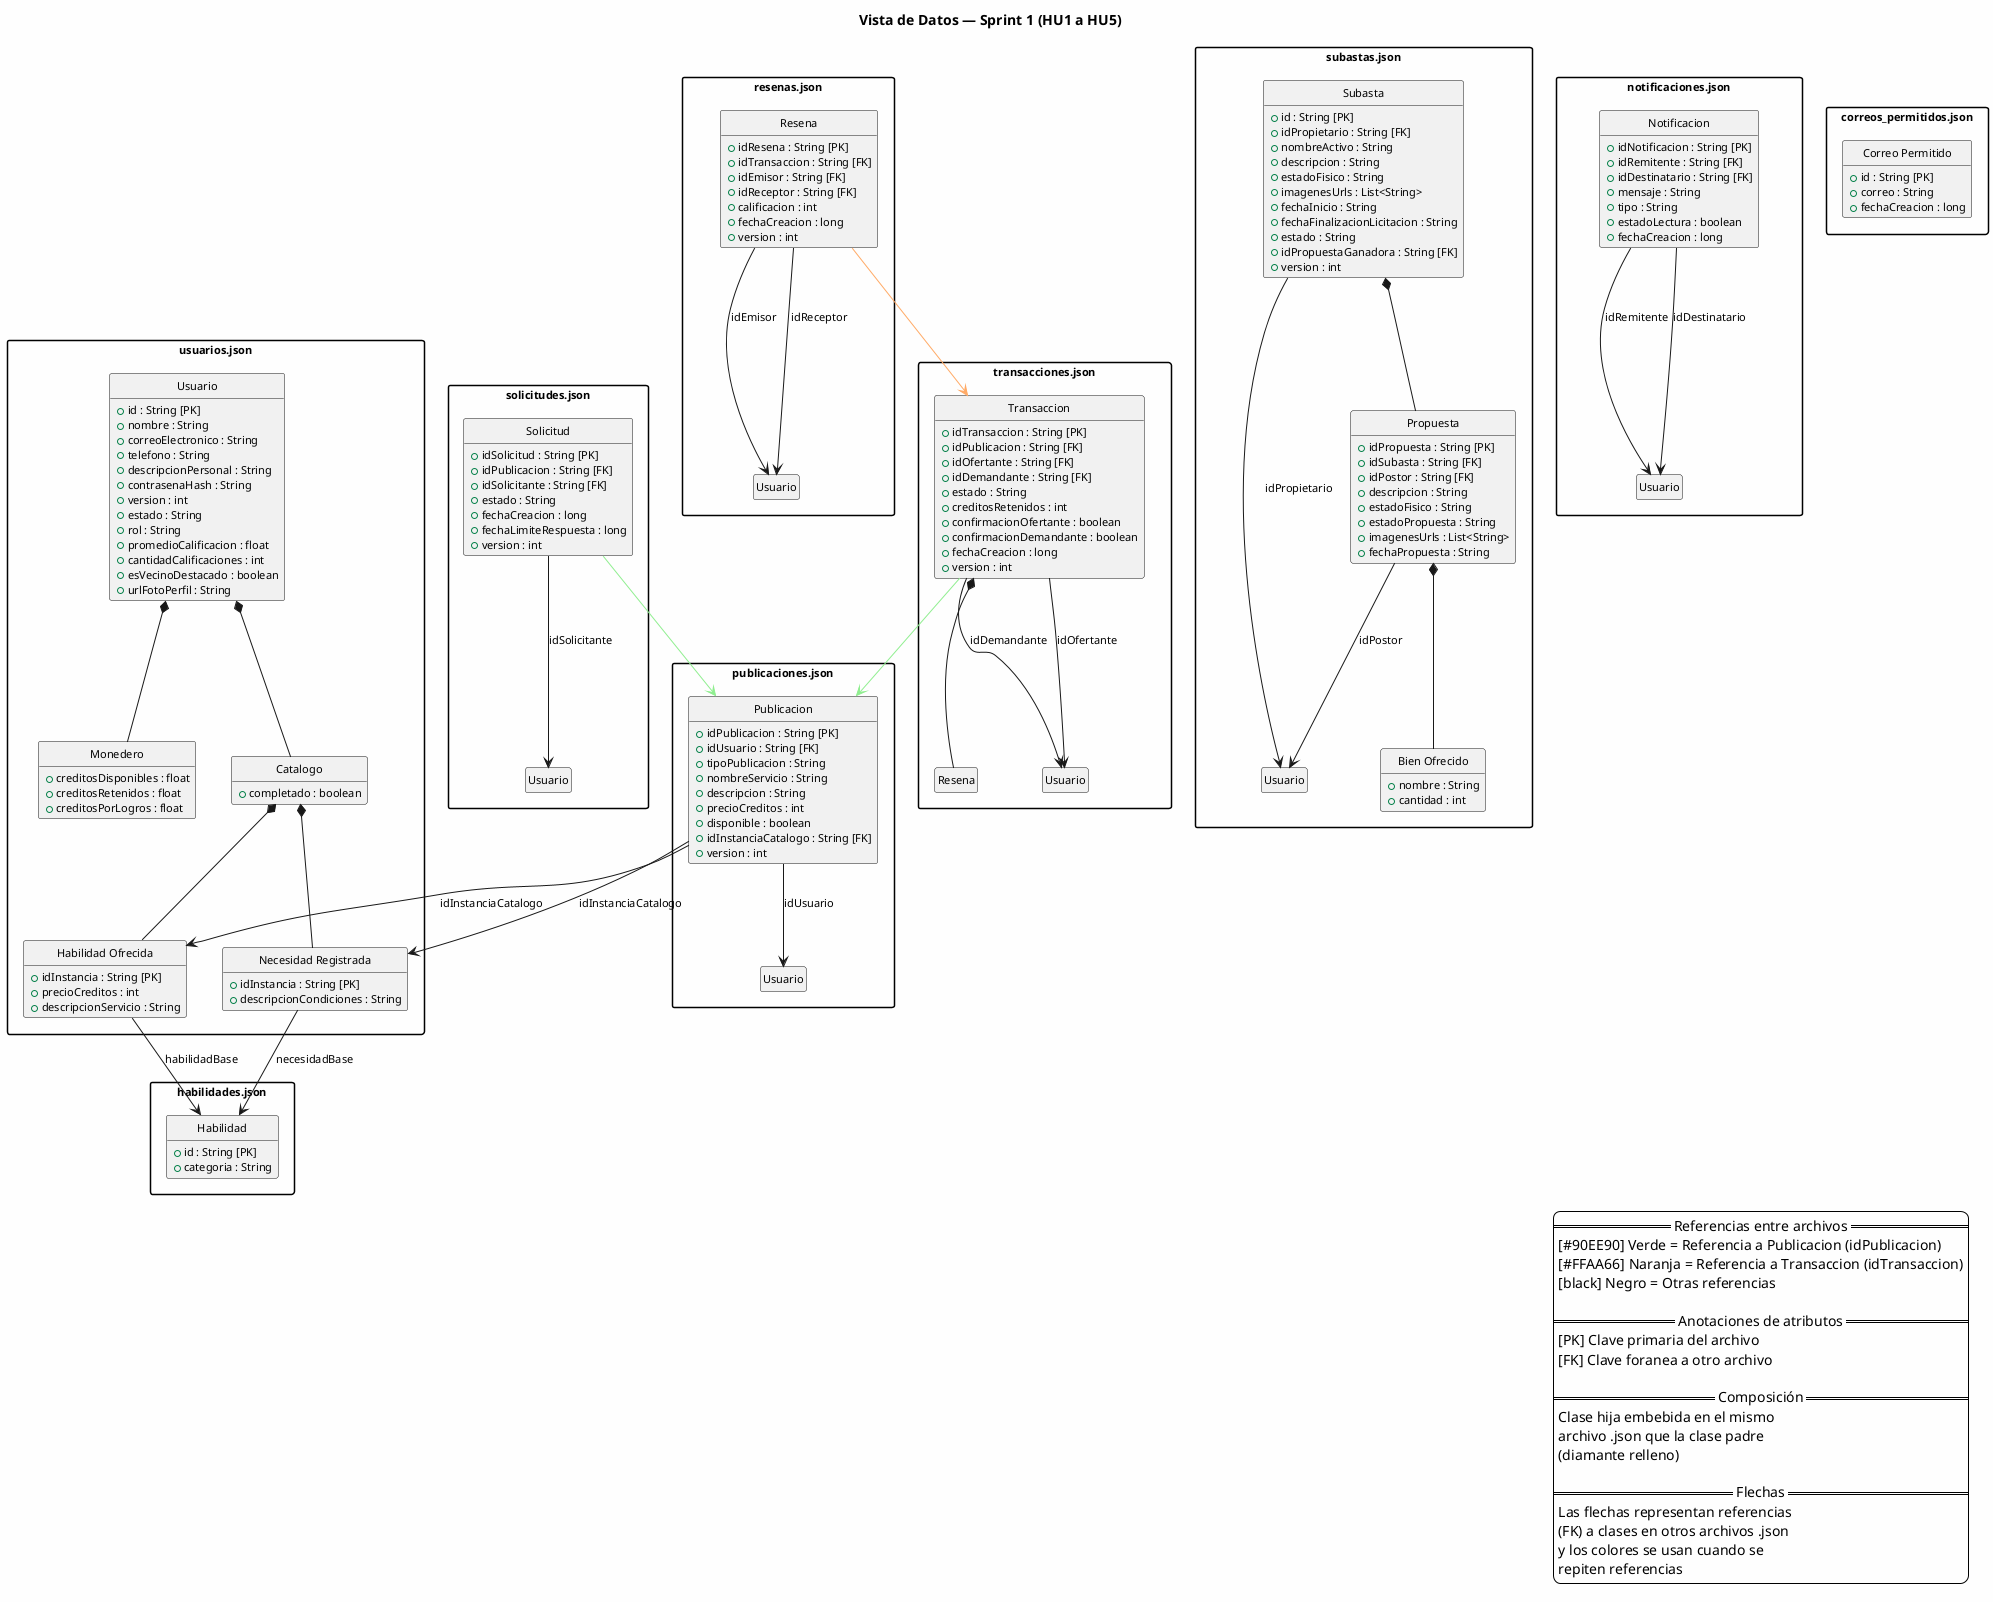
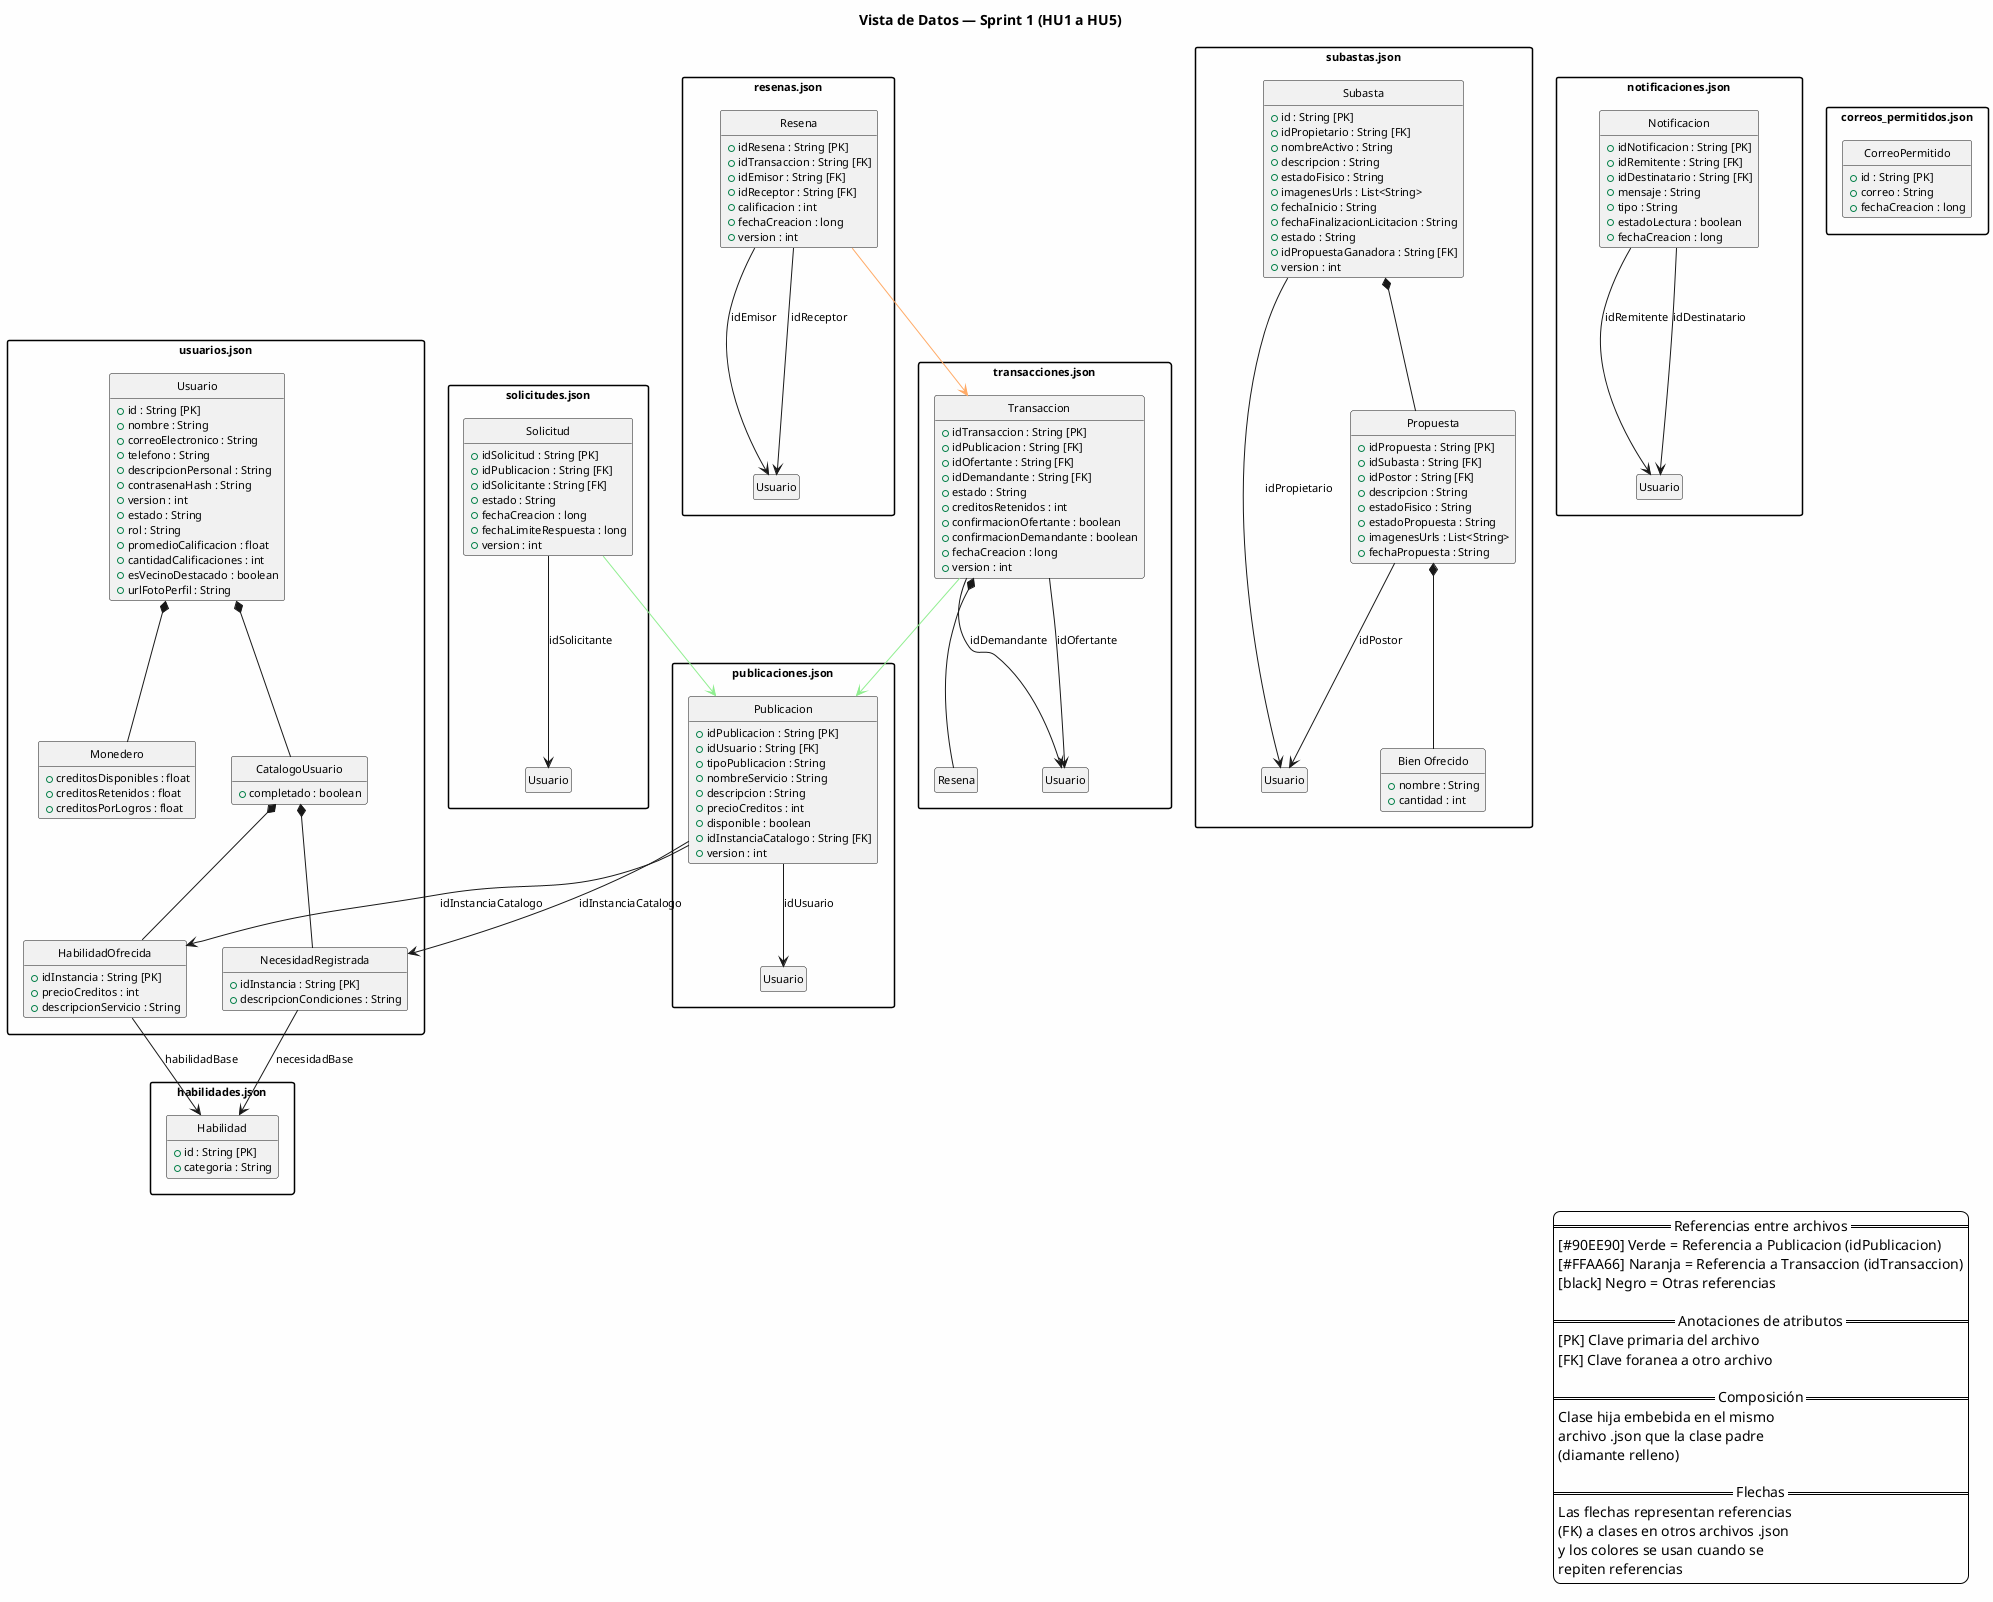
@startuml
skinparam packageStyle rectangle
skinparam backgroundColor #FEFEFE
skinparam defaultFontName Consolas
skinparam defaultFontSize 11
hide circle
hide empty members

title "Vista de Datos — Sprint 1 (HU1 a HU5)"

legend right
  == Referencias entre archivos ==
  [#90EE90] Verde = Referencia a Publicacion (idPublicacion)
  [#FFAA66] Naranja = Referencia a Transaccion (idTransaccion)
  [black] Negro = Otras referencias

  == Anotaciones de atributos ==
  [PK] Clave primaria del archivo
  [FK] Clave foranea a otro archivo

  == Composición ==
  Clase hija embebida en el mismo
  archivo .json que la clase padre
  (diamante relleno)

  == Flechas ==
  Las flechas representan referencias
  (FK) a clases en otros archivos .json
  y los colores se usan cuando se
  repiten referencias
endlegend

' ========================================================================
' ARCHIVO: usuarios.json
' ========================================================================
package "usuarios.json" as P_USUARIOS {
  class "Usuario" as USUARIO {
    + id : String [PK]
    + nombre : String
    + correoElectronico : String
    + telefono : String
    + descripcionPersonal : String
    + contrasenaHash : String
    + version : int
    + estado : String
    + rol : String
    + promedioCalificacion : float
    + cantidadCalificaciones : int
    + esVecinoDestacado : boolean
    + urlFotoPerfil : String
  }

  class "Monedero" as MONEDERO {
    + creditosDisponibles : float
    + creditosRetenidos : float
    + creditosPorLogros : float
  }

-   class "Catalogo" as CATALOGO {
+   class "CatalogoUsuario" as CATALOGO {
    + completado : boolean
  }

-   class "Habilidad Ofrecida" as HAB_OFRE {
+   class "HabilidadOfrecida" as HAB_OFRE {
    + idInstancia : String [PK]
    + precioCreditos : int
    + descripcionServicio : String
  }

-   class "Necesidad Registrada" as NEC_REG {
+   class "NecesidadRegistrada" as NEC_REG {
    + idInstancia : String [PK]
    + descripcionCondiciones : String
  }
}

' ========================================================================
' ARCHIVO: habilidades.json
' ========================================================================
package "habilidades.json" as P_HABILIDADES {
  class "Habilidad" as HABILIDAD {
    + id : String [PK]
    + categoria : String
  }
}

' ========================================================================
' ARCHIVO: publicaciones.json
' ========================================================================
package "publicaciones.json" as P_PUBLICACIONES {
  class "Usuario" as USUARIO_PUB {
  }

  class "Publicacion" as PUBLICACION {
    + idPublicacion : String [PK]
    + idUsuario : String [FK]
    + tipoPublicacion : String
    + nombreServicio : String
    + descripcion : String
    + precioCreditos : int
    + disponible : boolean
    + idInstanciaCatalogo : String [FK]
    + version : int
  }
}

' ========================================================================
' ARCHIVO: solicitudes.json
' ========================================================================
package "solicitudes.json" as P_SOLICITUDES {
  class "Usuario" as USUARIO_SOL {
  }

  class "Solicitud" as SOLICITUD {
    + idSolicitud : String [PK]
    + idPublicacion : String [FK]
    + idSolicitante : String [FK]
    + estado : String
    + fechaCreacion : long
    + fechaLimiteRespuesta : long
    + version : int
  }
}

' ========================================================================
' ARCHIVO: transacciones.json
' ========================================================================
package "transacciones.json" as P_TRANSACCIONES {
  class "Usuario" as USUARIO_TX {
  }

  class "Transaccion" as TRANSACCION {
    + idTransaccion : String [PK]
    + idPublicacion : String [FK]
    + idOfertante : String [FK]
    + idDemandante : String [FK]
    + estado : String
    + creditosRetenidos : int
    + confirmacionOfertante : boolean
    + confirmacionDemandante : boolean
    + fechaCreacion : long
    + version : int
  }

  class "Resena" as RESENA_TX {
    ' Solo nombre: atributos completos en resenas.json
  }
}

' ========================================================================
' ARCHIVO: resenas.json
' ========================================================================
package "resenas.json" as P_RESENAS {
  class "Usuario" as USUARIO_RES {
  }

  class "Resena" as RESENA {
    + idResena : String [PK]
    + idTransaccion : String [FK]
    + idEmisor : String [FK]
    + idReceptor : String [FK]
    + calificacion : int
    + fechaCreacion : long
    + version : int
  }
}

' ========================================================================
' ARCHIVO: subastas.json
' ========================================================================
package "subastas.json" as P_SUBASTAS {
  class "Usuario" as USUARIO_SUB {
  }

  class "Subasta" as SUBASTA {
    + id : String [PK]
    + idPropietario : String [FK]
    + nombreActivo : String
    + descripcion : String
    + estadoFisico : String
    + imagenesUrls : List<String>
    + fechaInicio : String
    + fechaFinalizacionLicitacion : String
    + estado : String
    + idPropuestaGanadora : String [FK]
    + version : int
  }

  class "Propuesta" as PROPUESTA {
    + idPropuesta : String [PK]
    + idSubasta : String [FK]
    + idPostor : String [FK]
    + descripcion : String
    + estadoFisico : String
    + estadoPropuesta : String
    + imagenesUrls : List<String>
    + fechaPropuesta : String
  }

  class "Bien Ofrecido" as BIEN {
    + nombre : String
    + cantidad : int
  }
}

' ========================================================================
' ARCHIVO: notificaciones.json
' ========================================================================
package "notificaciones.json" as P_NOTIF {
  class "Usuario" as USUARIO_NOT {
  }

  class "Notificacion" as NOTIFICACION {
    + idNotificacion : String [PK]
    + idRemitente : String [FK]
    + idDestinatario : String [FK]
    + mensaje : String
    + tipo : String
    + estadoLectura : boolean
    + fechaCreacion : long
  }
}

' ========================================================================
' ARCHIVO: correos_permitidos.json
' ========================================================================
package "correos_permitidos.json" as P_CORREOS {
-   class "Correo Permitido" as CORREO {
+   class "CorreoPermitido" as CORREO {
    + id : String [PK]
    + correo : String
    + fechaCreacion : long
  }
}

' ========================================================================
' RELACIONES (INTERNAS A CADA ARCHIVO)
' ========================================================================
USUARIO *-- MONEDERO
USUARIO *-- CATALOGO
CATALOGO *-- HAB_OFRE
CATALOGO *-- NEC_REG
SUBASTA *-- PROPUESTA
PROPUESTA *-- BIEN
TRANSACCION *-- RESENA_TX

' ========================================================================
' REFERENCIAS A USUARIO (locales, sin flecha entre archivos)
' ========================================================================
PUBLICACION --> USUARIO_PUB : idUsuario
SOLICITUD --> USUARIO_SOL : idSolicitante
TRANSACCION --> USUARIO_TX : idOfertante
TRANSACCION --> USUARIO_TX : idDemandante
RESENA --> USUARIO_RES : idEmisor
RESENA --> USUARIO_RES : idReceptor
SUBASTA --> USUARIO_SUB : idPropietario
PROPUESTA --> USUARIO_SUB : idPostor
NOTIFICACION --> USUARIO_NOT : idRemitente
NOTIFICACION --> USUARIO_NOT : idDestinatario

' ========================================================================
' REFERENCIAS A PUBLICACION (verde)
' ========================================================================
SOLICITUD -[#90EE90]-> PUBLICACION
TRANSACCION -[#90EE90]-> PUBLICACION

' ========================================================================
' REFERENCIAS A TRANSACCION (naranja)
' ========================================================================
RESENA -[#FFAA66]-> TRANSACCION

' ========================================================================
' OTRAS REFERENCIAS (negro)
' ========================================================================
HAB_OFRE --> HABILIDAD : habilidadBase
NEC_REG --> HABILIDAD : necesidadBase
PUBLICACION --> HAB_OFRE : idInstanciaCatalogo
PUBLICACION --> NEC_REG : idInstanciaCatalogo

@enduml
